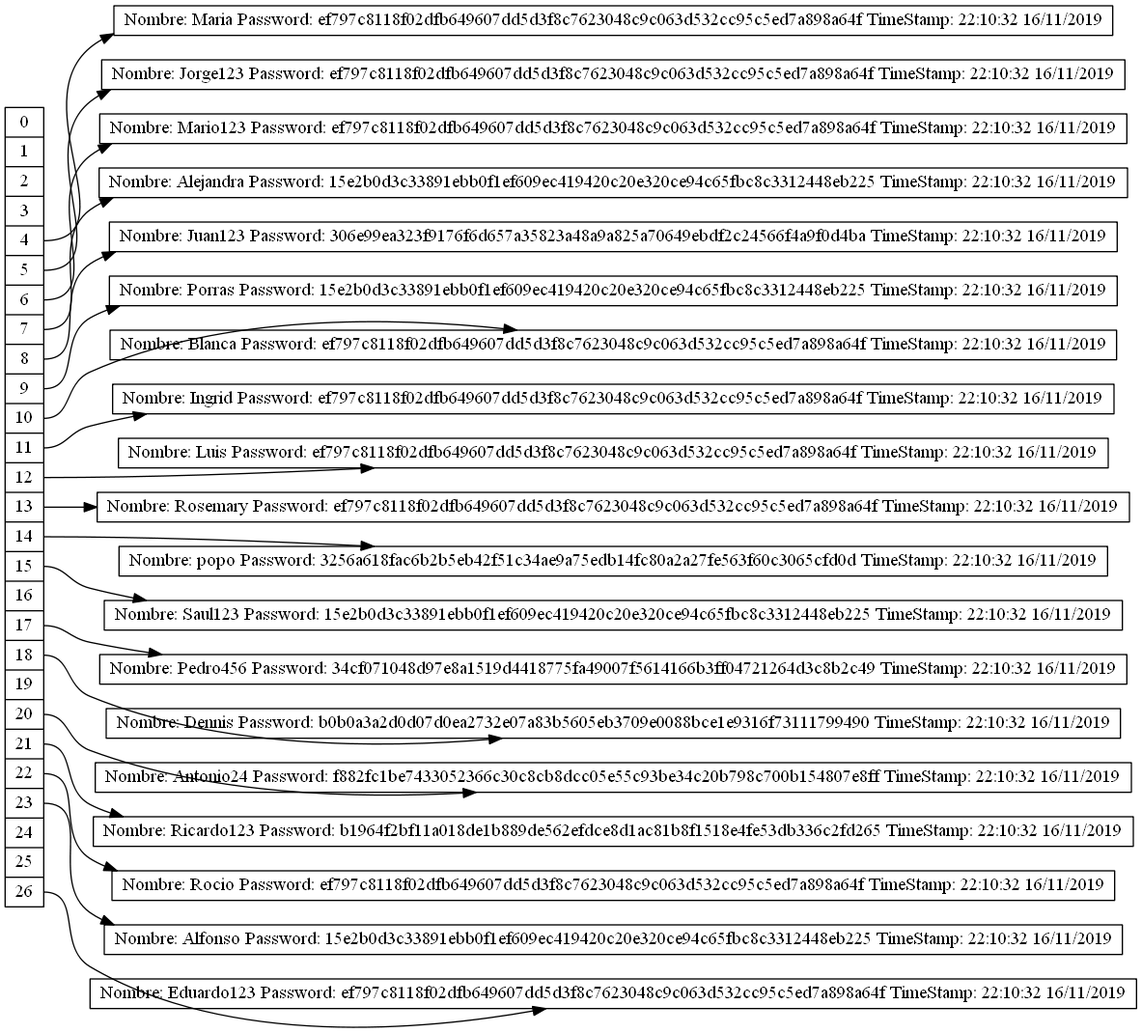
Above: Proyecto2/HashTable.png in Eduardo01004/EDD_2S2019_PY2_201612124 (Graphviz), before the change. Its source is kept beside it as Proyecto2/HashTable.dot.
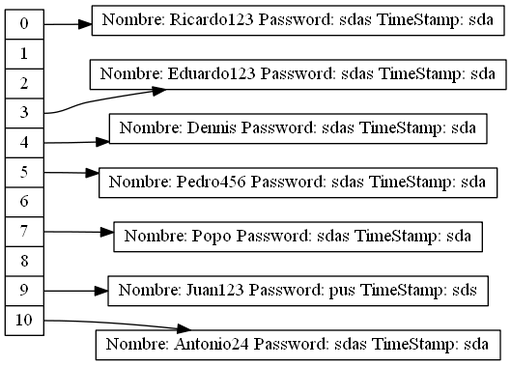
After the commit.

Diff of the diagram source:
```diff
@@ -11,59 +11,19 @@
 <f7> 7 |
 <f8> 8 |
 <f9> 9 |
-<f10> 10 |
-<f11> 11 |
-<f12> 12 |
-<f13> 13 |
-<f14> 14 |
-<f15> 15 |
-<f16> 16 |
-<f17> 17 |
-<f18> 18 |
-<f19> 19 |
-<f20> 20 |
-<f21> 21 |
-<f22> 22 |
-<f23> 23 |
-<f24> 24 |
-<f25> 25 |
-<f26> 26"];
-nodoMaria [label= "Nombre: Maria Password: ef797c8118f02dfb649607dd5d3f8c7623048c9c063d532cc95c5ed7a898a64f TimeStamp: 22:10:32 16/11/2019"];
-"nodeTable":f4 -> nodoMaria
-nodoJorge123 [label= "Nombre: Jorge123 Password: ef797c8118f02dfb649607dd5d3f8c7623048c9c063d532cc95c5ed7a898a64f TimeStamp: 22:10:32 16/11/2019"];
-"nodeTable":f5 -> nodoJorge123
-nodoMario123 [label= "Nombre: Mario123 Password: ef797c8118f02dfb649607dd5d3f8c7623048c9c063d532cc95c5ed7a898a64f TimeStamp: 22:10:32 16/11/2019"];
-"nodeTable":f6 -> nodoMario123
-nodoAlejandra [label= "Nombre: Alejandra Password: 15e2b0d3c33891ebb0f1ef609ec419420c20e320ce94c65fbc8c3312448eb225 TimeStamp: 22:10:32 16/11/2019"];
-"nodeTable":f7 -> nodoAlejandra
-nodoJuan123 [label= "Nombre: Juan123 Password: 306e99ea323f9176f6d657a35823a48a9a825a70649ebdf2c24566f4a9f0d4ba TimeStamp: 22:10:32 16/11/2019"];
-"nodeTable":f8 -> nodoJuan123
-nodoPorras [label= "Nombre: Porras Password: 15e2b0d3c33891ebb0f1ef609ec419420c20e320ce94c65fbc8c3312448eb225 TimeStamp: 22:10:32 16/11/2019"];
-"nodeTable":f9 -> nodoPorras
-nodoBlanca [label= "Nombre: Blanca Password: ef797c8118f02dfb649607dd5d3f8c7623048c9c063d532cc95c5ed7a898a64f TimeStamp: 22:10:32 16/11/2019"];
-"nodeTable":f10 -> nodoBlanca
-nodoIngrid [label= "Nombre: Ingrid Password: ef797c8118f02dfb649607dd5d3f8c7623048c9c063d532cc95c5ed7a898a64f TimeStamp: 22:10:32 16/11/2019"];
-"nodeTable":f11 -> nodoIngrid
-nodoLuis [label= "Nombre: Luis Password: ef797c8118f02dfb649607dd5d3f8c7623048c9c063d532cc95c5ed7a898a64f TimeStamp: 22:10:32 16/11/2019"];
-"nodeTable":f12 -> nodoLuis
-nodoRosemary [label= "Nombre: Rosemary Password: ef797c8118f02dfb649607dd5d3f8c7623048c9c063d532cc95c5ed7a898a64f TimeStamp: 22:10:32 16/11/2019"];
-"nodeTable":f13 -> nodoRosemary
-nodopopo [label= "Nombre: popo Password: 3256a618fac6b2b5eb42f51c34ae9a75edb14fc80a2a27fe563f60c3065cfd0d TimeStamp: 22:10:32 16/11/2019"];
-"nodeTable":f14 -> nodopopo
-nodoSaul123 [label= "Nombre: Saul123 Password: 15e2b0d3c33891ebb0f1ef609ec419420c20e320ce94c65fbc8c3312448eb225 TimeStamp: 22:10:32 16/11/2019"];
-"nodeTable":f15 -> nodoSaul123
-nodoPedro456 [label= "Nombre: Pedro456 Password: 34cf071048d97e8a1519d4418775fa49007f5614166b3ff04721264d3c8b2c49 TimeStamp: 22:10:32 16/11/2019"];
-"nodeTable":f17 -> nodoPedro456
-nodoDennis [label= "Nombre: Dennis Password: b0b0a3a2d0d07d0ea2732e07a83b5605eb3709e0088bce1e9316f73111799490 TimeStamp: 22:10:32 16/11/2019"];
-"nodeTable":f18 -> nodoDennis
-nodoAntonio24 [label= "Nombre: Antonio24 Password: f882fc1be7433052366c30c8cb8dcc05e55c93be34c20b798c700b154807e8ff TimeStamp: 22:10:32 16/11/2019"];
-"nodeTable":f20 -> nodoAntonio24
-nodoRicardo123 [label= "Nombre: Ricardo123 Password: b1964f2bf11a018de1b889de562efdce8d1ac81b8f1518e4fe53db336c2fd265 TimeStamp: 22:10:32 16/11/2019"];
-"nodeTable":f21 -> nodoRicardo123
-nodoRocio [label= "Nombre: Rocio Password: ef797c8118f02dfb649607dd5d3f8c7623048c9c063d532cc95c5ed7a898a64f TimeStamp: 22:10:32 16/11/2019"];
-"nodeTable":f22 -> nodoRocio
-nodoAlfonso [label= "Nombre: Alfonso Password: 15e2b0d3c33891ebb0f1ef609ec419420c20e320ce94c65fbc8c3312448eb225 TimeStamp: 22:10:32 16/11/2019"];
-"nodeTable":f23 -> nodoAlfonso
-nodoEduardo123 [label= "Nombre: Eduardo123 Password: ef797c8118f02dfb649607dd5d3f8c7623048c9c063d532cc95c5ed7a898a64f TimeStamp: 22:10:32 16/11/2019"];
-"nodeTable":f26 -> nodoEduardo123
+<f10> 10"];
+nodoRicardo123 [label= "Nombre: Ricardo123 Password: sdas TimeStamp: sda"];
+"nodeTable":f0 -> nodoRicardo123
+nodoEduardo123 [label= "Nombre: Eduardo123 Password: sdas TimeStamp: sda"];
+"nodeTable":f3 -> nodoEduardo123
+nodoDennis [label= "Nombre: Dennis Password: sdas TimeStamp: sda"];
+"nodeTable":f4 -> nodoDennis
+nodoPedro456 [label= "Nombre: Pedro456 Password: sdas TimeStamp: sda"];
+"nodeTable":f5 -> nodoPedro456
+nodoPopo [label= "Nombre: Popo Password: sdas TimeStamp: sda"];
+"nodeTable":f7 -> nodoPopo
+nodoJuan123 [label= "Nombre: Juan123 Password: pus TimeStamp: sds"];
+"nodeTable":f9 -> nodoJuan123
+nodoAntonio24 [label= "Nombre: Antonio24 Password: sdas TimeStamp: sda"];
+"nodeTable":f10 -> nodoAntonio24
 }
```
